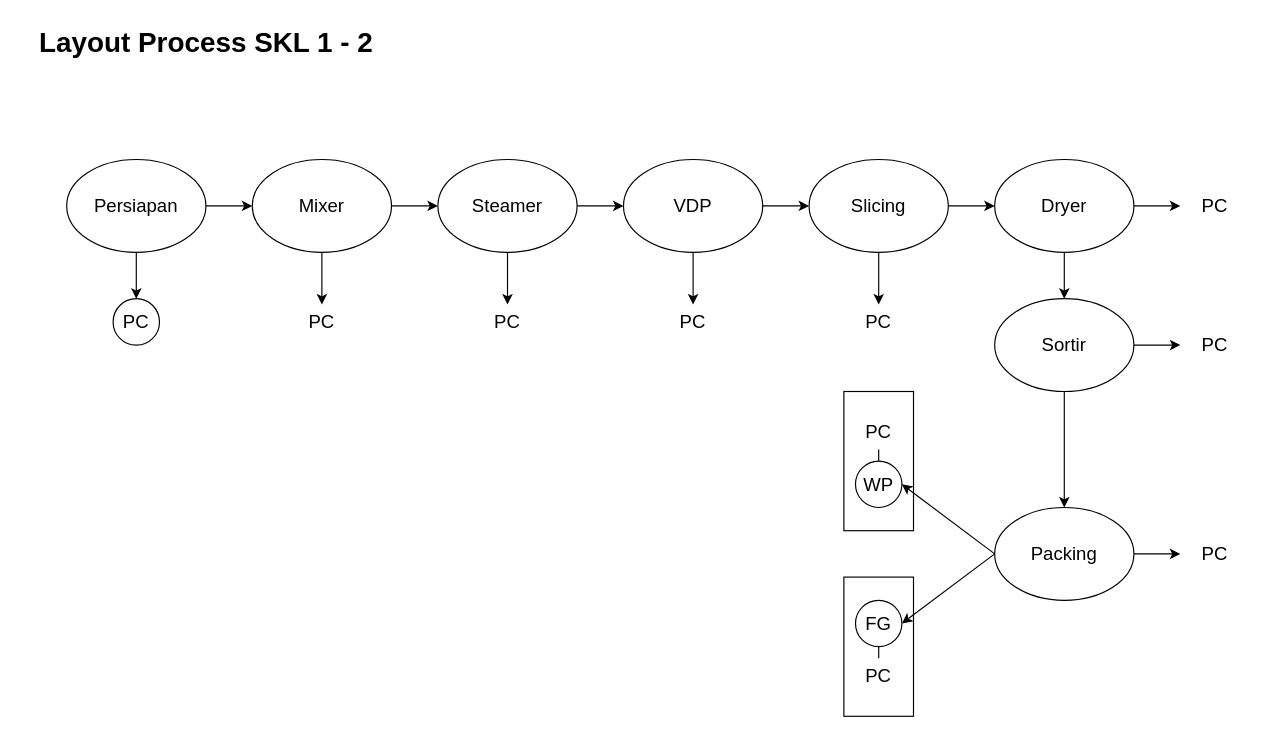
Before: page "SKL1-2" (1 of 2) of LayoutSKL1-2.drawio in elangR1/drawio, a draw.io diagram. Source tidied: cells renumbered, new cells numbered last; positions are measured from the earlier drawing's top-left corner, leaving out a move shared by most shapes. Both pictures are drawn from the tidied source at 116%, with x=0, y=0 at pixel (20, 20).
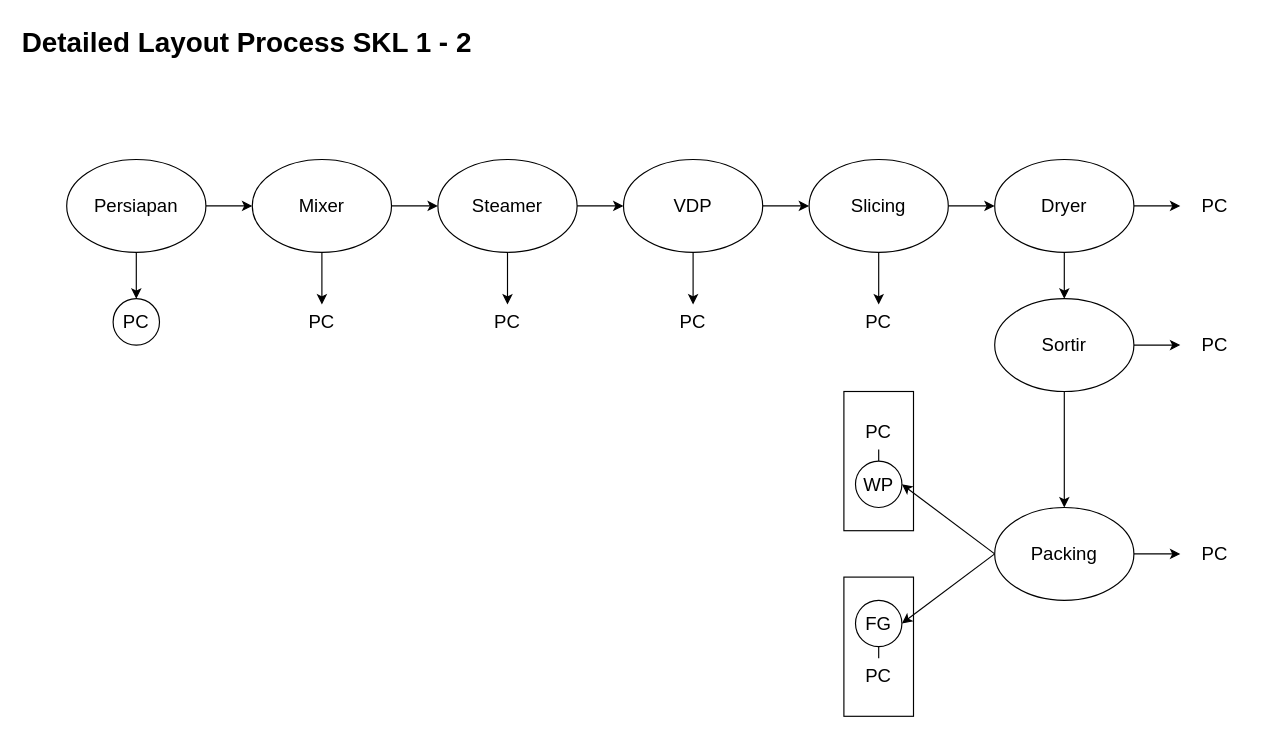
After the change.

Change to the diagram source:
```diff
@@
-    <mxCell id="43" value="Layout Process SKL 1 - 2" style="text;strokeColor=none;fillColor=none;html=1;fontSize=24;fontStyle=1;verticalAlign=middle;align=center;" parent="1" vertex="1">
-      <mxGeometry width="320" height="40" as="geometry" />
+    <mxCell id="43" value="Detailed Layout Process SKL 1 - 2" style="text;strokeColor=none;fillColor=none;html=1;fontSize=24;fontStyle=1;verticalAlign=middle;align=center;" parent="1" vertex="1">
+      <mxGeometry width="390" height="40" as="geometry" />
     </mxCell>
```
